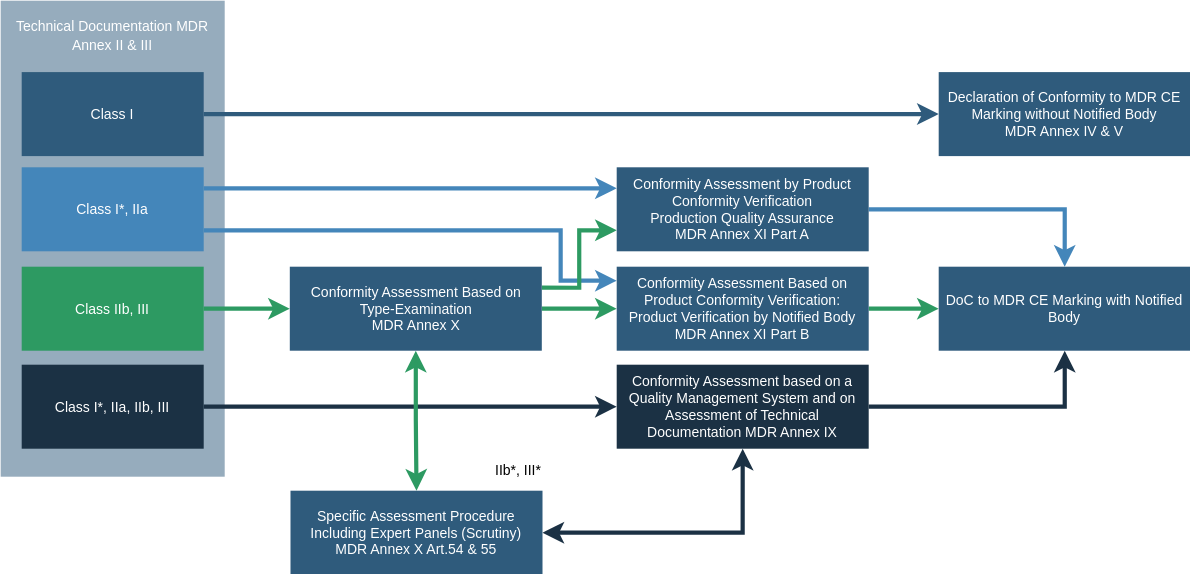
DigitalHealthZurich/MDR_Guideline keeps this draw.io diagram as assets/Classification.svg. Above is the earlier version. Source tidied: cells renumbered, new cells last; positions are measured from the earlier drawing's top-left corner, leaving out a move shared by most shapes.
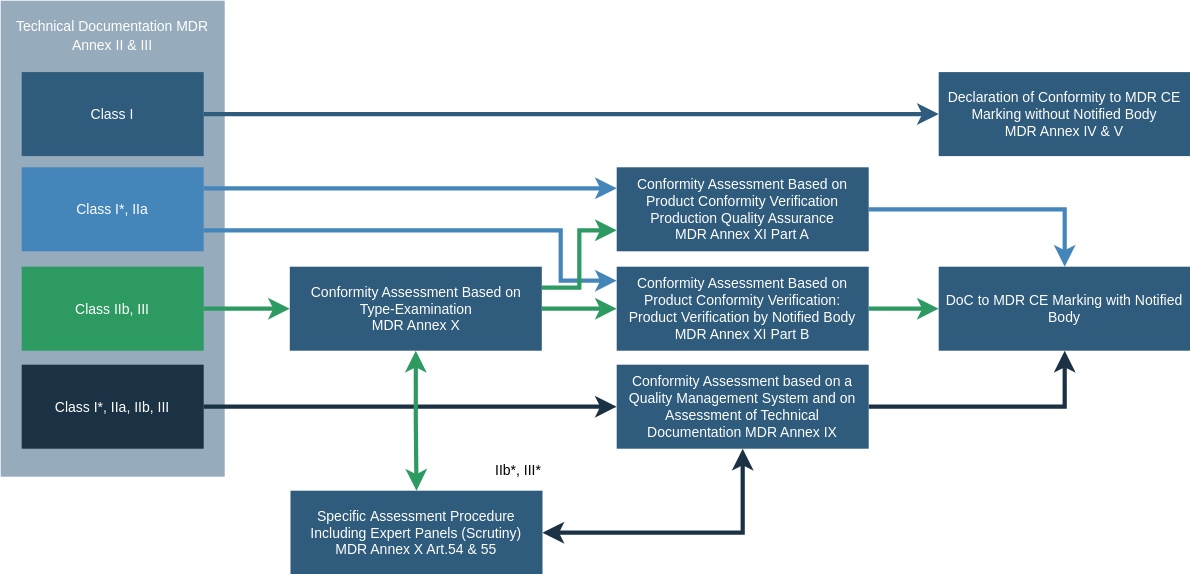
After the change.

Diff of the diagram source:
```diff
@@ -40,7 +40,7 @@
     <mxCell id="12" style="edgeStyle=orthogonalEdgeStyle;shape=connector;rounded=0;jettySize=auto;html=1;exitX=1;exitY=0.5;exitDx=0;exitDy=0;entryX=0.5;entryY=0;entryDx=0;entryDy=0;strokeColor=#4486BA;strokeWidth=3;align=center;verticalAlign=middle;fontFamily=Helvetica;fontSize=11;fontColor=default;labelBackgroundColor=default;endArrow=classic;" parent="1" edge="1" source="13" target="22">
       <mxGeometry relative="1" as="geometry" />
     </mxCell>
-    <mxCell id="13" value="&lt;p style=&quot;margin-top: 0pt; margin-bottom: 0pt; margin-left: 0in; direction: ltr; unicode-bidi: embed; word-break: normal;&quot;&gt;&lt;span&gt;Conformity Assessment by Product Conformity Verification&lt;/span&gt;&lt;/p&gt;&lt;p style=&quot;margin-top: 0pt; margin-bottom: 0pt; margin-left: 0in; direction: ltr; unicode-bidi: embed; word-break: normal;&quot;&gt;&lt;span&gt;Production Quality Assurance&lt;/span&gt;&lt;/p&gt;&lt;p style=&quot;margin-top: 0pt; margin-bottom: 0pt; margin-left: 0in; direction: ltr; unicode-bidi: embed; word-break: normal;&quot;&gt;&lt;span&gt;MDR Annex XI Part A&lt;/span&gt;&lt;/p&gt;" style="whiteSpace=wrap;shadow=0;fontColor=#FFFFFF;fontFamily=Helvetica;fontStyle=0;html=1;fontSize=10;plain-purple;strokeColor=none;fillColor=#2f5b7c;gradientColor=none;spacing=6;verticalAlign=middle;rotation=0;" parent="1" vertex="1">
+    <mxCell id="13" value="&lt;p style=&quot;margin-top: 0pt; margin-bottom: 0pt; margin-left: 0in; direction: ltr; unicode-bidi: embed; word-break: normal;&quot;&gt;&lt;span&gt;Conformity Assessment Based on Product Conformity Verification&lt;/span&gt;&lt;/p&gt;&lt;p style=&quot;margin-top: 0pt; margin-bottom: 0pt; margin-left: 0in; direction: ltr; unicode-bidi: embed; word-break: normal;&quot;&gt;&lt;span&gt;Production Quality Assurance&lt;/span&gt;&lt;/p&gt;&lt;p style=&quot;margin-top: 0pt; margin-bottom: 0pt; margin-left: 0in; direction: ltr; unicode-bidi: embed; word-break: normal;&quot;&gt;&lt;span&gt;MDR Annex XI Part A&lt;/span&gt;&lt;/p&gt;" style="whiteSpace=wrap;shadow=0;fontColor=#FFFFFF;fontFamily=Helvetica;fontStyle=0;html=1;fontSize=10;plain-purple;strokeColor=none;fillColor=#2f5b7c;gradientColor=none;spacing=6;verticalAlign=middle;rotation=0;" parent="1" vertex="1">
       <mxGeometry x="440" y="119" width="180" height="60" as="geometry" />
     </mxCell>
     <mxCell id="14" style="edgeStyle=orthogonalEdgeStyle;shape=connector;rounded=0;jettySize=auto;html=1;entryX=0;entryY=0.5;entryDx=0;entryDy=0;strokeColor=#2D9A62;strokeWidth=3;align=center;verticalAlign=middle;fontFamily=Helvetica;fontSize=11;fontColor=default;labelBackgroundColor=default;endArrow=classic;" parent="1" edge="1" source="15" target="22">
@@ -52,7 +52,7 @@
     <mxCell id="16" style="edgeStyle=orthogonalEdgeStyle;shape=connector;rounded=0;jettySize=auto;html=1;exitX=1;exitY=0.5;exitDx=0;exitDy=0;strokeColor=#1B3144;strokeWidth=3;align=center;verticalAlign=middle;fontFamily=Helvetica;fontSize=11;fontColor=default;labelBackgroundColor=default;endArrow=classic;" parent="1" edge="1" source="17" target="22">
       <mxGeometry relative="1" as="geometry" />
     </mxCell>
-    <mxCell id="17" value="&lt;p style=&quot;margin-top: 0pt; margin-bottom: 0pt; margin-left: 0in; direction: ltr; unicode-bidi: embed; word-break: normal;&quot;&gt;&lt;span&gt;Conformity Assessment based on a Quality Management System and on Assessment of Technical Documentation MDR Annex IX&lt;/span&gt;&lt;/p&gt;" style="whiteSpace=wrap;shadow=0;fontColor=#FFFFFF;fontFamily=Helvetica;fontStyle=0;html=1;fontSize=10;plain-purple;strokeColor=none;fillColor=#1B3144;gradientColor=none;spacing=6;verticalAlign=middle;rotation=0;" parent="1" vertex="1">
+    <mxCell id="17" value="&lt;p style=&quot;margin-top: 0pt; margin-bottom: 0pt; margin-left: 0in; direction: ltr; unicode-bidi: embed; word-break: normal;&quot;&gt;&lt;span&gt;Conformity Assessment based on a Quality Management System and on Assessment of Technical Documentation MDR Annex IX&lt;/span&gt;&lt;/p&gt;" style="whiteSpace=wrap;shadow=0;fontColor=#FFFFFF;fontFamily=Helvetica;fontStyle=0;html=1;fontSize=10;plain-purple;strokeColor=none;fillColor=#2F5B7C;gradientColor=none;spacing=6;verticalAlign=middle;rotation=0;" parent="1" vertex="1">
       <mxGeometry x="440" y="260" width="180" height="60" as="geometry" />
     </mxCell>
     <mxCell id="18" style="edgeStyle=orthogonalEdgeStyle;shape=connector;rounded=0;jettySize=auto;html=1;entryX=0;entryY=0.5;entryDx=0;entryDy=0;strokeColor=#2D9A62;strokeWidth=3;align=center;verticalAlign=middle;fontFamily=Helvetica;fontSize=11;fontColor=default;labelBackgroundColor=default;endArrow=classic;" parent="1" edge="1" source="21" target="15">
```
